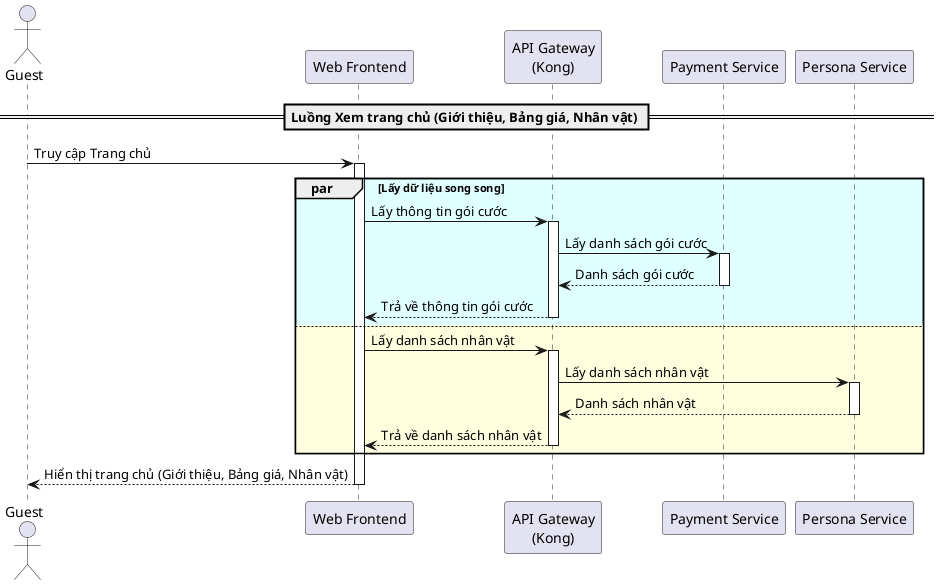
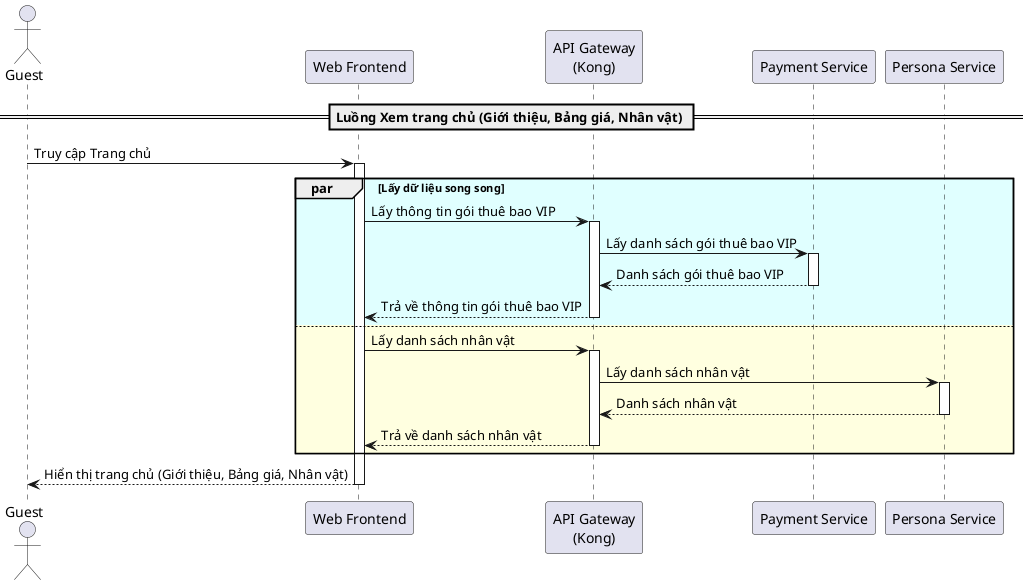
@startuml
actor "Guest" as Guest
participant "Web Frontend" as Frontend
participant "API Gateway\n(Kong)" as Gateway
participant "Payment Service" as PaymentService
participant "Persona Service" as PersonaService

== Luồng Xem trang chủ (Giới thiệu, Bảng giá, Nhân vật) ==
Guest -> Frontend: Truy cập Trang chủ
activate Frontend

par #LightCyan Lấy dữ liệu song song
-     Frontend -> Gateway: Lấy thông tin gói cước
+     Frontend -> Gateway: Lấy thông tin gói thuê bao VIP
    activate Gateway
-     Gateway -> PaymentService: Lấy danh sách gói cước
+     Gateway -> PaymentService: Lấy danh sách gói thuê bao VIP
    activate PaymentService
-     PaymentService --> Gateway: Danh sách gói cước
+     PaymentService --> Gateway: Danh sách gói thuê bao VIP
    deactivate PaymentService
-     Gateway --> Frontend: Trả về thông tin gói cước
+     Gateway --> Frontend: Trả về thông tin gói thuê bao VIP
    deactivate Gateway
else #LightYellow
    Frontend -> Gateway: Lấy danh sách nhân vật
    activate Gateway
    Gateway -> PersonaService: Lấy danh sách nhân vật
    activate PersonaService
    PersonaService --> Gateway: Danh sách nhân vật
    deactivate PersonaService
    Gateway --> Frontend: Trả về danh sách nhân vật
    deactivate Gateway
end

Frontend --> Guest: Hiển thị trang chủ (Giới thiệu, Bảng giá, Nhân vật)
deactivate Frontend
@enduml
